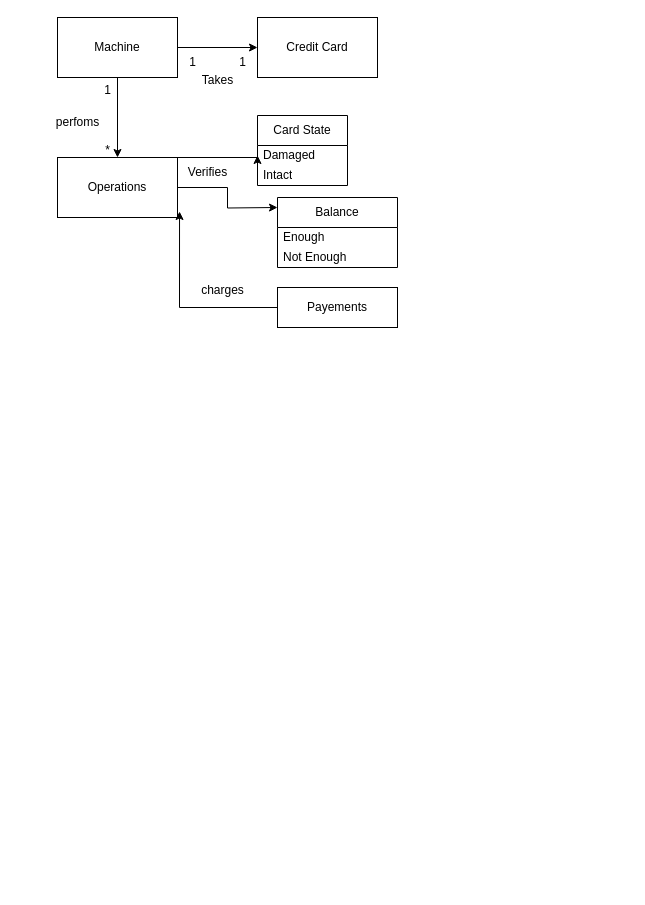
Earlier version of the draw.io diagram Untitled Diagram.drawio (sfnour/domain_model). Source tidied: cells renumbered, new cells numbered last; positions are measured from the earlier drawing's top-left corner, leaving out a move shared by most shapes. Both pictures are drawn from the tidied source at 100%, with x=0, y=0 at pixel (42, 17).
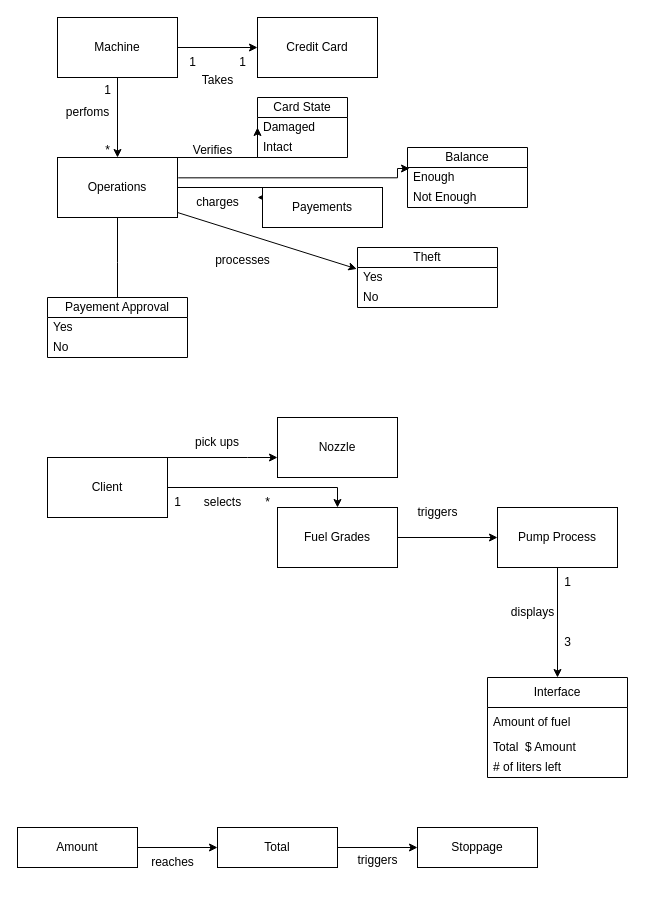
The same diagram, later.

The change refers to these unchanged cells:
```xml
<mxCell id="11" value="Operations" style="rounded=0;whiteSpace=wrap;html=1;" parent="1" vertex="1">
  <mxGeometry x="15" y="140" width="120" height="60" as="geometry" />
</mxCell>
```

Change to the diagram source:
```diff
@@
-    <mxCell id="10" style="edgeStyle=orthogonalEdgeStyle;rounded=0;jettySize=auto;html=1;" parent="1" edge="1" source="11">
+    <mxCell id="10" style="edgeStyle=orthogonalEdgeStyle;rounded=0;jettySize=auto;html=1;entryX=0.017;entryY=0.05;entryDx=0;entryDy=0;exitX=1.006;exitY=0.339;exitDx=0;exitDy=0;exitPerimeter=0;entryPerimeter=0;" parent="1" edge="1" source="11" target="16">
       <mxGeometry relative="1" as="geometry">
-        <mxPoint x="235" y="190" as="targetPoint" />
+        <Array as="points">
+          <mxPoint x="355" y="160" />
+        </Array>
       </mxGeometry>
     </mxCell>
+    <mxCell id="25" style="edgeStyle=orthogonalEdgeStyle;rounded=0;jettySize=auto;html=1;exitX=1;exitY=0.75;exitDx=0;exitDy=0;" parent="1" edge="1" source="11">
+      <mxGeometry relative="1" as="geometry">
+        <mxPoint x="215" y="180" as="targetPoint" />
+        <Array as="points">
+          <mxPoint x="135" y="170" />
+          <mxPoint x="220" y="170" />
+          <mxPoint x="220" y="180" />
+        </Array>
+      </mxGeometry>
+    </mxCell>
+    <mxCell id="26" style="edgeStyle=orthogonalEdgeStyle;rounded=0;jettySize=auto;html=1;entryX=0.5;entryY=0;entryDx=0;entryDy=0;" parent="1" edge="1" source="11">
+      <mxGeometry relative="1" as="geometry">
+        <mxPoint x="75" y="290" as="targetPoint" />
+      </mxGeometry>
+    </mxCell>
@@
     <mxCell id="12" value="&lt;div&gt;perfoms&lt;/div&gt;" style="text;html=1;align=center;verticalAlign=middle;strokeColor=none;fillColor=none;" parent="1" vertex="1">
-      <mxGeometry y="90" width="70" height="30" as="geometry" />
+      <mxGeometry x="10" y="80" width="70" height="30" as="geometry" />
     </mxCell>
@@
-    <mxCell id="15" value="Balance" style="swimlane;fontStyle=0;horizontal=1;startSize=30;whiteSpace=wrap;html=1;" parent="1" vertex="1">
-      <mxGeometry x="235" y="180" width="120" height="70" as="geometry" />
+    <mxCell id="15" value="Balance" style="swimlane;fontStyle=0;horizontal=1;startSize=20;whiteSpace=wrap;html=1;" parent="1" vertex="1">
+      <mxGeometry x="365" y="130" width="120" height="60" as="geometry" />
     </mxCell>
     <mxCell id="16" value="Enough" style="text;strokeColor=none;fillColor=none;align=left;verticalAlign=middle;spacingLeft=4;spacingRight=4;overflow=hidden;points=[[0,0.5],[1,0.5]];portConstraint=eastwest;whiteSpace=wrap;html=1;" parent="15" vertex="1">
-      <mxGeometry y="30" width="120" height="20" as="geometry" />
+      <mxGeometry y="20" width="120" height="20" as="geometry" />
     </mxCell>
     <mxCell id="17" value="Not Enough" style="text;strokeColor=none;fillColor=none;align=left;verticalAlign=middle;spacingLeft=4;spacingRight=4;overflow=hidden;whiteSpace=wrap;html=1;" parent="15" vertex="1">
-      <mxGeometry y="50" width="120" height="20" as="geometry" />
+      <mxGeometry y="40" width="120" height="20" as="geometry" />
     </mxCell>
     <mxCell id="18" value="Verifies" style="text;html=1;align=center;verticalAlign=middle;strokeColor=none;fillColor=none;" parent="1" vertex="1">
-      <mxGeometry x="135" y="140" width="60" height="30" as="geometry" />
+      <mxGeometry x="140" y="118" width="60" height="30" as="geometry" />
     </mxCell>
-    <mxCell id="19" value="Card State" style="swimlane;fontStyle=0;horizontal=1;startSize=30;whiteSpace=wrap;html=1;" parent="1" vertex="1">
-      <mxGeometry x="215" y="98" width="90" height="70" as="geometry" />
+    <mxCell id="19" value="Card State" style="swimlane;fontStyle=0;horizontal=1;startSize=20;whiteSpace=wrap;html=1;" parent="1" vertex="1">
+      <mxGeometry x="215" y="80" width="90" height="60" as="geometry" />
     </mxCell>
     <mxCell id="20" value="Damaged" style="text;strokeColor=none;fillColor=none;align=left;verticalAlign=middle;spacingLeft=4;spacingRight=4;overflow=hidden;points=[[0,0.5],[1,0.5]];portConstraint=eastwest;whiteSpace=wrap;html=1;" parent="19" vertex="1">
-      <mxGeometry y="30" width="90" height="20" as="geometry" />
+      <mxGeometry y="20" width="90" height="20" as="geometry" />
     </mxCell>
     <mxCell id="21" value="Intact" style="text;strokeColor=none;fillColor=none;align=left;verticalAlign=middle;spacingLeft=4;spacingRight=4;overflow=hidden;whiteSpace=wrap;html=1;" parent="19" vertex="1">
-      <mxGeometry y="50" width="90" height="20" as="geometry" />
+      <mxGeometry y="40" width="90" height="20" as="geometry" />
     </mxCell>
     <mxCell id="22" value="Payements" style="rounded=0;whiteSpace=wrap;html=1;" parent="1" vertex="1">
-      <mxGeometry x="235" y="270" width="120" height="40" as="geometry" />
+      <mxGeometry x="220" y="170" width="120" height="40" as="geometry" />
     </mxCell>
-    <mxCell id="23" style="edgeStyle=orthogonalEdgeStyle;rounded=0;jettySize=auto;html=1;entryX=1.017;entryY=0.9;entryDx=0;entryDy=0;entryPerimeter=0;" parent="1" edge="1" source="22" target="11">
-      <mxGeometry relative="1" as="geometry" />
-    </mxCell>
     <mxCell id="24" value="charges" style="text;html=1;align=center;verticalAlign=middle;strokeColor=none;fillColor=none;" parent="1" vertex="1">
-      <mxGeometry x="145" y="258" width="70" height="30" as="geometry" />
+      <mxGeometry x="140" y="170" width="70" height="30" as="geometry" />
     </mxCell>
+    <mxCell id="27" value="Theft" style="swimlane;fontStyle=0;horizontal=1;startSize=20;whiteSpace=wrap;html=1;" parent="1" vertex="1">
+      <mxGeometry x="315" y="230" width="140" height="60" as="geometry" />
+    </mxCell>
+    <mxCell id="28" value="Yes" style="text;strokeColor=none;fillColor=none;align=left;verticalAlign=middle;spacingLeft=4;spacingRight=4;overflow=hidden;whiteSpace=wrap;html=1;" parent="27" vertex="1">
+      <mxGeometry y="20" width="140" height="20" as="geometry" />
+    </mxCell>
+    <mxCell id="29" value="No" style="text;strokeColor=none;fillColor=none;align=left;verticalAlign=middle;spacingLeft=4;spacingRight=4;overflow=hidden;whiteSpace=wrap;html=1;" parent="27" vertex="1">
+      <mxGeometry y="40" width="140" height="20" as="geometry" />
+    </mxCell>
+    <mxCell id="30" style="endArrow=classic;html=1;rounded=0;entryX=-0.005;entryY=0.357;entryDx=0;entryDy=0;entryPerimeter=0;" parent="1" edge="1" target="27">
+      <mxGeometry relative="1" as="geometry">
+        <mxPoint x="135" y="195" as="sourcePoint" />
+      </mxGeometry>
+    </mxCell>
+    <mxCell id="31" value="&lt;div&gt;processes&lt;/div&gt;&lt;div&gt;&lt;br&gt;&lt;/div&gt;" style="text;html=1;align=center;verticalAlign=middle;strokeColor=none;fillColor=none;" parent="1" vertex="1">
+      <mxGeometry x="160" y="230" width="80" height="40" as="geometry" />
+    </mxCell>
+    <mxCell id="32" value="Payement Approval" style="swimlane;fontStyle=0;horizontal=1;startSize=20;whiteSpace=wrap;html=1;" parent="1" vertex="1">
+      <mxGeometry x="5" y="280" width="140" height="60" as="geometry" />
+    </mxCell>
+    <mxCell id="33" value="Yes" style="text;strokeColor=none;fillColor=none;align=left;verticalAlign=middle;spacingLeft=4;spacingRight=4;overflow=hidden;whiteSpace=wrap;html=1;" parent="32" vertex="1">
+      <mxGeometry y="20" width="140" height="20" as="geometry" />
+    </mxCell>
+    <mxCell id="34" value="No" style="text;strokeColor=none;fillColor=none;align=left;verticalAlign=middle;spacingLeft=4;spacingRight=4;overflow=hidden;whiteSpace=wrap;html=1;" parent="32" vertex="1">
+      <mxGeometry y="40" width="140" height="20" as="geometry" />
+    </mxCell>
+    <mxCell id="35" style="edgeStyle=orthogonalEdgeStyle;rounded=0;jettySize=auto;html=1;" parent="1" edge="1" source="37" target="38">
+      <mxGeometry relative="1" as="geometry">
+        <Array as="points">
+          <mxPoint x="205" y="440" />
+          <mxPoint x="205" y="440" />
+        </Array>
+      </mxGeometry>
+    </mxCell>
+    <mxCell id="36" style="edgeStyle=orthogonalEdgeStyle;rounded=0;jettySize=auto;html=1;" parent="1" edge="1" source="37" target="41">
+      <mxGeometry relative="1" as="geometry">
+        <Array as="points">
+          <mxPoint x="295" y="470" />
+        </Array>
+      </mxGeometry>
+    </mxCell>
+    <mxCell id="37" value="Client" style="rounded=0;whiteSpace=wrap;html=1;" parent="1" vertex="1">
+      <mxGeometry x="5" y="440" width="120" height="60" as="geometry" />
+    </mxCell>
+    <mxCell id="38" value="Nozzle" style="rounded=0;whiteSpace=wrap;html=1;" parent="1" vertex="1">
+      <mxGeometry x="235" y="400" width="120" height="60" as="geometry" />
+    </mxCell>
+    <mxCell id="39" value="pick ups" style="text;html=1;strokeColor=none;fillColor=none;align=center;verticalAlign=middle;whiteSpace=wrap;rounded=0;" parent="1" vertex="1">
+      <mxGeometry x="145" y="410" width="60" height="30" as="geometry" />
+    </mxCell>
+    <mxCell id="40" style="edgeStyle=orthogonalEdgeStyle;rounded=0;jettySize=auto;html=1;entryX=0;entryY=0.5;entryDx=0;entryDy=0;" parent="1" edge="1" source="41" target="46">
+      <mxGeometry relative="1" as="geometry" />
+    </mxCell>
+    <mxCell id="41" value="&lt;div&gt;Fuel Grades&lt;/div&gt;" style="rounded=0;whiteSpace=wrap;html=1;" parent="1" vertex="1">
+      <mxGeometry x="235" y="490" width="120" height="60" as="geometry" />
+    </mxCell>
+    <mxCell id="42" value="selects" style="text;html=1;align=center;verticalAlign=middle;strokeColor=none;fillColor=none;" parent="1" vertex="1">
+      <mxGeometry x="150" y="470" width="60" height="30" as="geometry" />
+    </mxCell>
+    <mxCell id="43" value="1" style="text;html=1;align=center;verticalAlign=middle;strokeColor=none;fillColor=none;" parent="1" vertex="1">
+      <mxGeometry x="120" y="470" width="30" height="30" as="geometry" />
+    </mxCell>
+    <mxCell id="44" value="*" style="text;html=1;align=center;verticalAlign=middle;strokeColor=none;fillColor=none;" parent="1" vertex="1">
+      <mxGeometry x="210" y="470" width="30" height="30" as="geometry" />
+    </mxCell>
+    <mxCell id="45" style="edgeStyle=orthogonalEdgeStyle;rounded=0;jettySize=auto;html=1;entryX=0.5;entryY=0;entryDx=0;entryDy=0;" parent="1" edge="1" source="46" target="49">
+      <mxGeometry relative="1" as="geometry" />
+    </mxCell>
+    <mxCell id="46" value="Pump Process" style="rounded=0;whiteSpace=wrap;html=1;" parent="1" vertex="1">
+      <mxGeometry x="455" y="490" width="120" height="60" as="geometry" />
+    </mxCell>
+    <mxCell id="47" value="1" style="text;html=1;align=center;verticalAlign=middle;strokeColor=none;fillColor=none;" parent="1" vertex="1">
+      <mxGeometry x="510" y="550" width="30" height="30" as="geometry" />
+    </mxCell>
+    <mxCell id="48" value="3" style="text;html=1;align=center;verticalAlign=middle;strokeColor=none;fillColor=none;" parent="1" vertex="1">
+      <mxGeometry x="510" y="610" width="30" height="30" as="geometry" />
+    </mxCell>
+    <mxCell id="49" value="Interface" style="swimlane;fontStyle=0;horizontal=1;startSize=30;whiteSpace=wrap;html=1;" parent="1" vertex="1">
+      <mxGeometry x="445" y="660" width="140" height="100" as="geometry" />
+    </mxCell>
+    <mxCell id="50" value="Amount of fuel" style="text;strokeColor=none;fillColor=none;align=left;verticalAlign=middle;spacingLeft=4;spacingRight=4;overflow=hidden;whiteSpace=wrap;html=1;" parent="49" vertex="1">
+      <mxGeometry y="30" width="140" height="30" as="geometry" />
+    </mxCell>
+    <mxCell id="51" value="Total&amp;nbsp; $ Amount" style="text;strokeColor=none;fillColor=none;align=left;verticalAlign=middle;spacingLeft=4;spacingRight=4;overflow=hidden;whiteSpace=wrap;html=1;" parent="49" vertex="1">
+      <mxGeometry y="60" width="140" height="20" as="geometry" />
+    </mxCell>
+    <mxCell id="52" value="# of liters left" style="text;strokeColor=none;fillColor=none;align=left;verticalAlign=middle;spacingLeft=4;spacingRight=4;overflow=hidden;whiteSpace=wrap;html=1;" parent="49" vertex="1">
+      <mxGeometry y="80" width="140" height="20" as="geometry" />
+    </mxCell>
+    <mxCell id="53" value="triggers" style="text;html=1;align=center;verticalAlign=middle;strokeColor=none;fillColor=none;" parent="1" vertex="1">
+      <mxGeometry x="365" y="480" width="60" height="30" as="geometry" />
+    </mxCell>
+    <mxCell id="54" value="displays" style="text;html=1;align=center;verticalAlign=middle;strokeColor=none;fillColor=none;" parent="1" vertex="1">
+      <mxGeometry x="455" y="580" width="70" height="30" as="geometry" />
+    </mxCell>
+    <mxCell id="55" style="edgeStyle=orthogonalEdgeStyle;rounded=0;jettySize=auto;html=1;" parent="1" edge="1" source="56" target="58">
+      <mxGeometry relative="1" as="geometry" />
+    </mxCell>
+    <mxCell id="56" value="Amount" style="rounded=0;whiteSpace=wrap;html=1;" parent="1" vertex="1">
+      <mxGeometry x="-25" y="810" width="120" height="40" as="geometry" />
+    </mxCell>
+    <mxCell id="57" style="edgeStyle=orthogonalEdgeStyle;rounded=0;jettySize=auto;html=1;" parent="1" edge="1" source="58" target="60">
+      <mxGeometry relative="1" as="geometry" />
+    </mxCell>
+    <mxCell id="58" value="Total" style="rounded=0;whiteSpace=wrap;html=1;" parent="1" vertex="1">
+      <mxGeometry x="175" y="810" width="120" height="40" as="geometry" />
+    </mxCell>
+    <mxCell id="59" value="&lt;div&gt;reaches&lt;/div&gt;" style="text;html=1;align=center;verticalAlign=middle;strokeColor=none;fillColor=none;" parent="1" vertex="1">
+      <mxGeometry x="95" y="830" width="70" height="30" as="geometry" />
+    </mxCell>
+    <mxCell id="60" value="Stoppage" style="rounded=0;whiteSpace=wrap;html=1;" parent="1" vertex="1">
+      <mxGeometry x="375" y="810" width="120" height="40" as="geometry" />
+    </mxCell>
+    <mxCell id="61" value="&lt;div&gt;triggers&lt;/div&gt;&lt;div&gt;&lt;br&gt;&lt;/div&gt;" style="text;html=1;align=center;verticalAlign=middle;strokeColor=none;fillColor=none;" parent="1" vertex="1">
+      <mxGeometry x="305" y="830" width="60" height="40" as="geometry" />
+    </mxCell>
```
